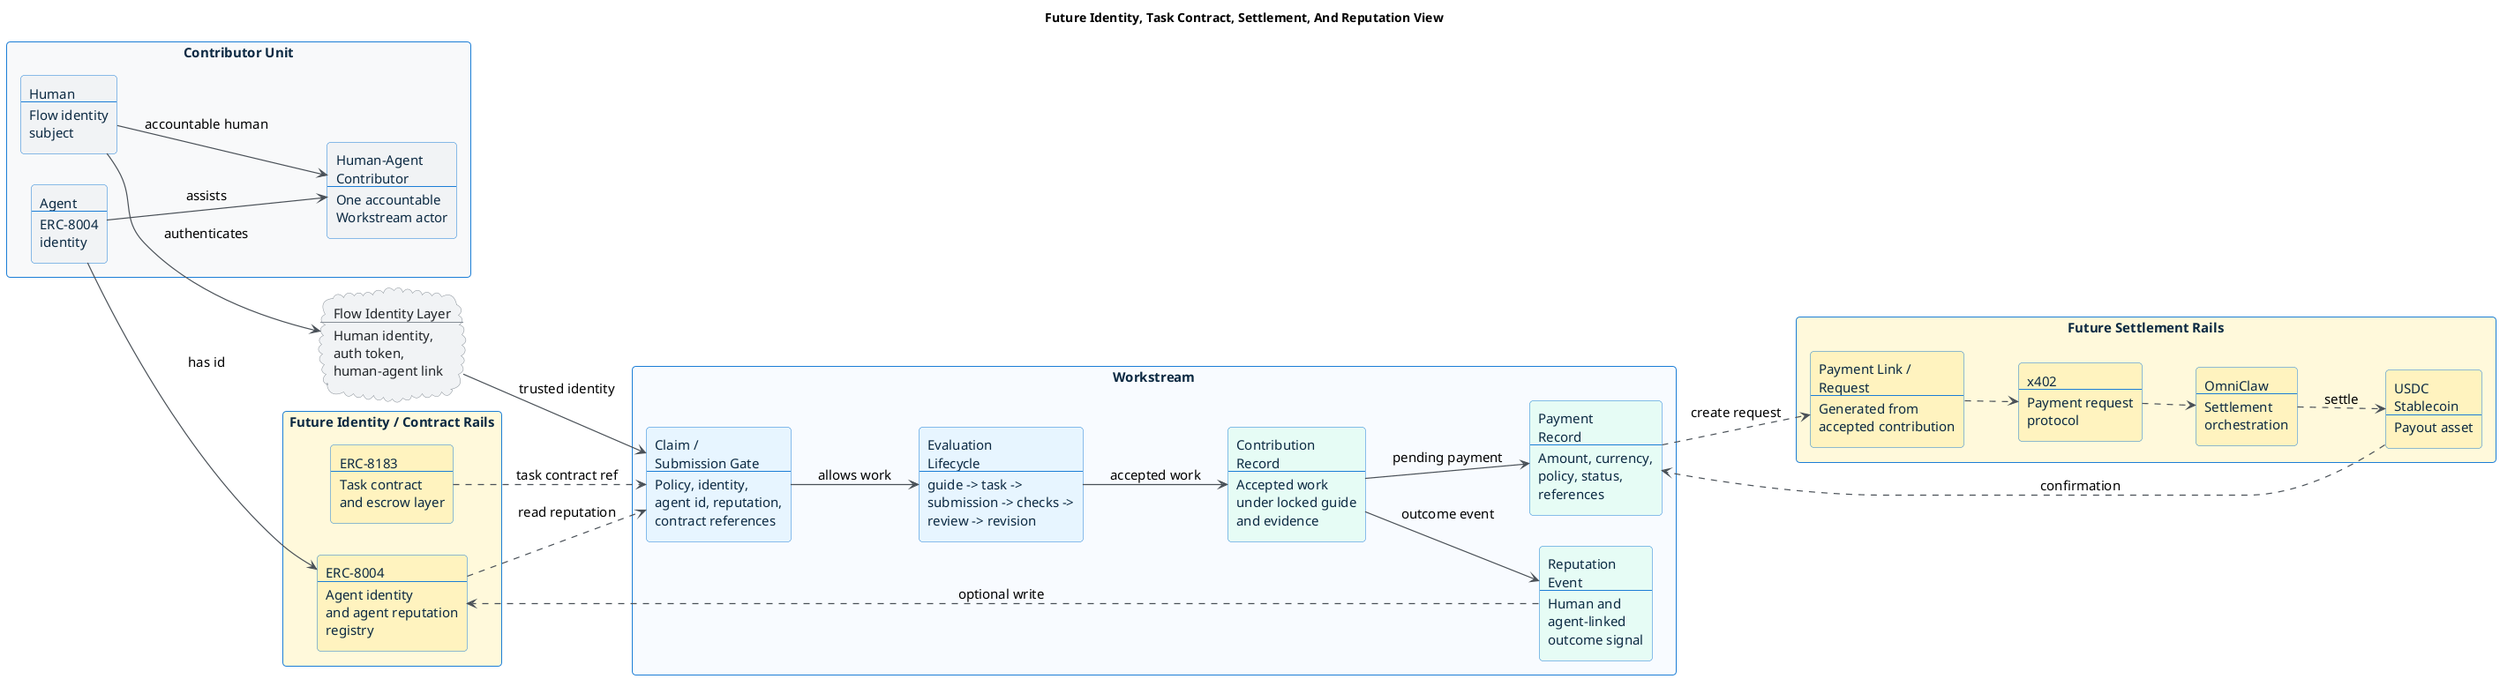
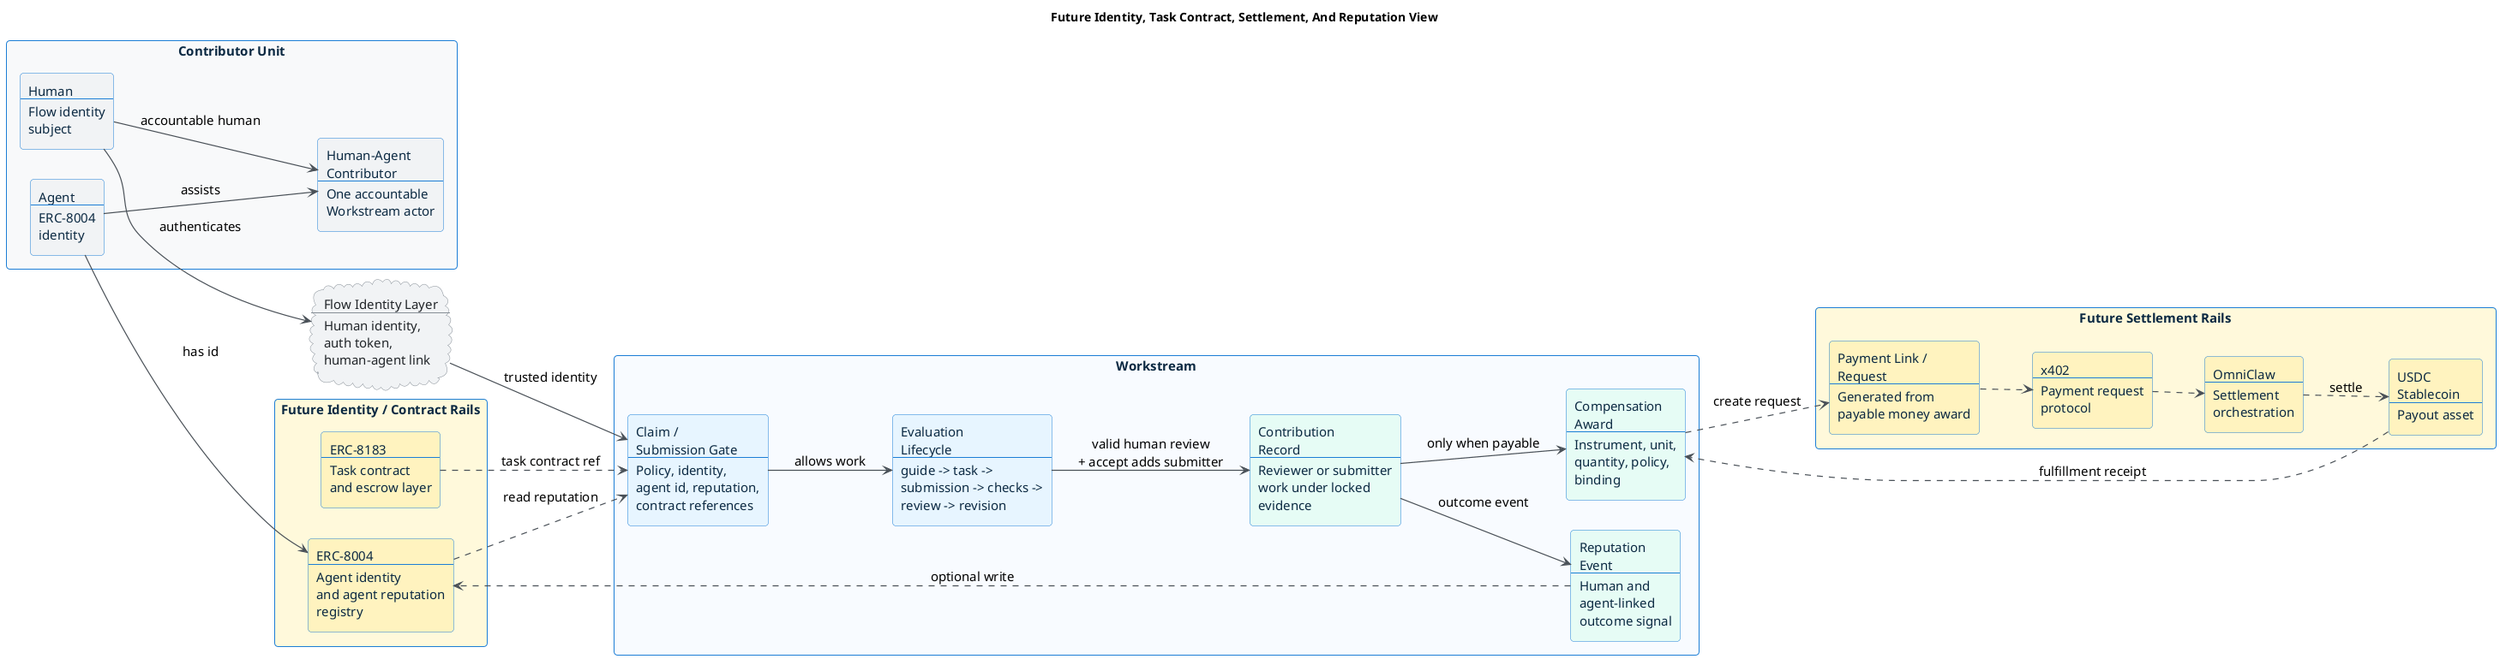
@startuml future_identity_payment_reputation
title Future Identity, Task Contract, Settlement, And Reputation View

left to right direction

skinparam backgroundColor #FFFFFF
skinparam shadowing false
skinparam roundcorner 8
skinparam defaultFontName Arial
skinparam defaultFontSize 15
skinparam ArrowColor #495057
skinparam ArrowThickness 1.2
skinparam packageStyle rectangle
skinparam rectangle {
  BorderColor #1C7ED6
  BackgroundColor #E7F5FF
  FontColor #0B2942
}
skinparam cloud {
  BorderColor #868E96
  BackgroundColor #F1F3F5
  FontColor #212529
}

package "Contributor Unit" #F8F9FA {
  rectangle "Human\n----\nFlow identity\nsubject" as human #F1F3F5
  rectangle "Agent\n----\nERC-8004\nidentity" as agent #F1F3F5
  rectangle "Human-Agent\nContributor\n----\nOne accountable\nWorkstream actor" as contributor #F1F3F5
}

cloud "Flow Identity Layer\n----\nHuman identity,\nauth token,\nhuman-agent link" as flow_identity

package "Future Identity / Contract Rails" #FFF9DB {
  rectangle "ERC-8004\n----\nAgent identity\nand agent reputation\nregistry" as erc8004 #FFF3BF
  rectangle "ERC-8183\n----\nTask contract\nand escrow layer" as erc8183 #FFF3BF
}

package "Workstream" #F8FBFF {
  rectangle "Claim /\nSubmission Gate\n----\nPolicy, identity,\nagent id, reputation,\ncontract references" as gate
  rectangle "Evaluation\nLifecycle\n----\nguide -> task ->\nsubmission -> checks ->\nreview -> revision" as lifecycle
-   rectangle "Contribution\nRecord\n----\nAccepted work\nunder locked guide\nand evidence" as contribution #E6FCF5
-   rectangle "Payment\nRecord\n----\nAmount, currency,\npolicy, status,\nreferences" as payment_record #E6FCF5
+   rectangle "Contribution\nRecord\n----\nReviewer or submitter\nwork under locked\nevidence" as contribution #E6FCF5
+   rectangle "Compensation\nAward\n----\nInstrument, unit,\nquantity, policy,\nbinding" as compensation_award #E6FCF5
  rectangle "Reputation\nEvent\n----\nHuman and\nagent-linked\noutcome signal" as reputation_record #E6FCF5
}

package "Future Settlement Rails" #FFF9DB {
-   rectangle "Payment Link /\nRequest\n----\nGenerated from\naccepted contribution" as payment_link #FFF3BF
+   rectangle "Payment Link /\nRequest\n----\nGenerated from\npayable money award" as payment_link #FFF3BF
  rectangle "x402\n----\nPayment request\nprotocol" as x402 #FFF3BF
  rectangle "OmniClaw\n----\nSettlement\norchestration" as omniclaw #FFF3BF
  rectangle "USDC\nStablecoin\n----\nPayout asset" as usdc #FFF3BF
}

human --> contributor : accountable human
agent --> contributor : assists
human --> flow_identity : authenticates
flow_identity --> gate : trusted identity
agent --> erc8004 : has id
erc8004 ..> gate : read reputation
erc8183 ..> gate : task contract ref

gate --> lifecycle : allows work
- lifecycle --> contribution : accepted work
- contribution --> payment_record : pending payment
+ lifecycle --> contribution : valid human review\n+ accept adds submitter
+ contribution --> compensation_award : only when payable
contribution --> reputation_record : outcome event

- payment_record ..> payment_link : create request
+ compensation_award ..> payment_link : create request
payment_link ..> x402
x402 ..> omniclaw
omniclaw ..> usdc : settle
- usdc ..> payment_record : confirmation
+ usdc ..> compensation_award : fulfillment receipt
reputation_record ..> erc8004 : optional write

@enduml
